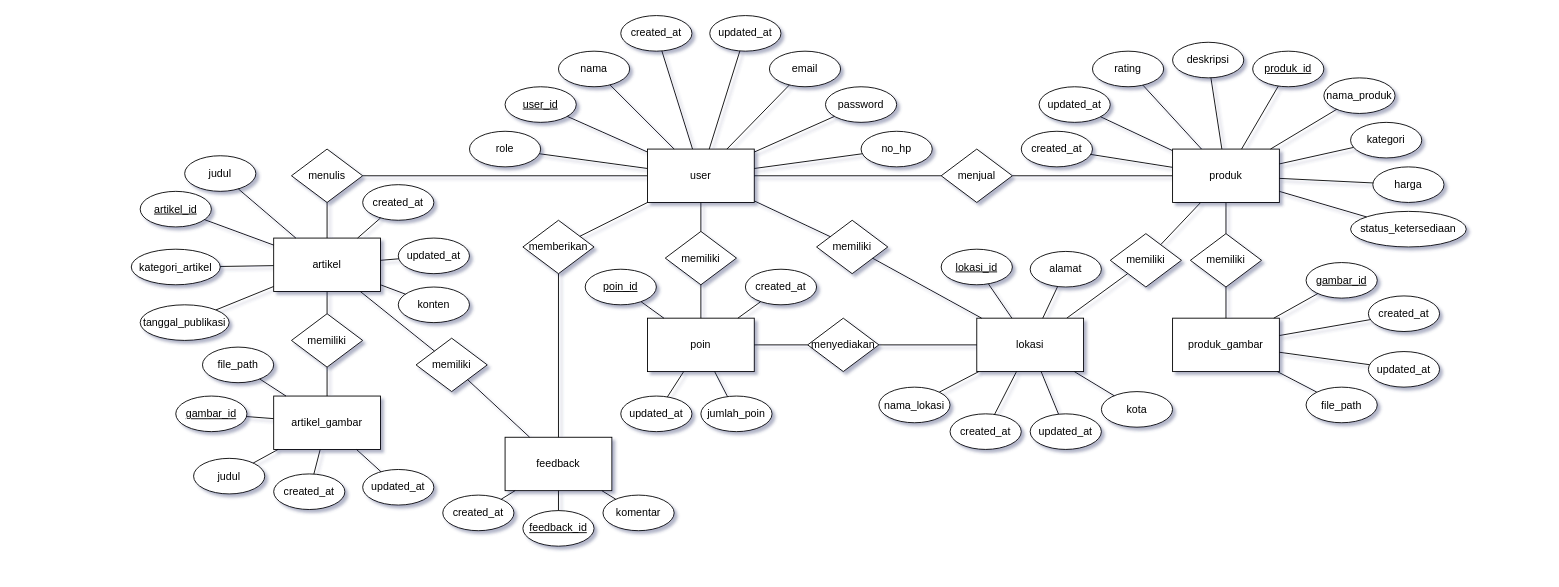
Earlier version of the draw.io diagram docs/diagram/ERD ecozense.drawio (nossilleen/PBL-211). Source tidied: cells renumbered, new cells numbered last; positions are measured from the earlier drawing's top-left corner, leaving out a move shared by most shapes. Both pictures are drawn from the tidied source at 89%, with x=0, y=0 at pixel (131, 15).
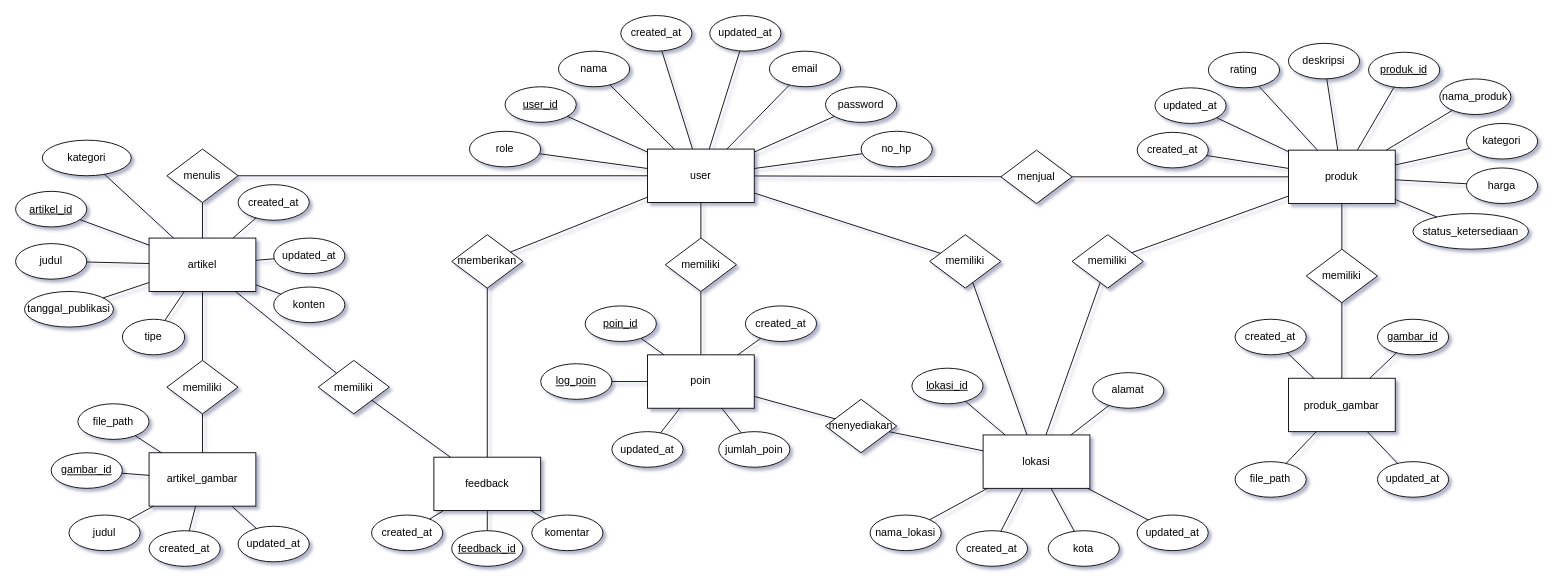
Above is the later version.

What changed in the source:
```diff
@@
     <mxCell id="16" value="lokasi" style="rounded=0;whiteSpace=wrap;html=1;" parent="1" vertex="1">
-      <mxGeometry x="950" y="340" width="120" height="60" as="geometry" />
+      <mxGeometry x="957.1" y="471.2" width="120" height="60" as="geometry" />
     </mxCell>
     <mxCell id="17" value="lokasi_id" style="ellipse;whiteSpace=wrap;html=1;fontStyle=4;" parent="1" vertex="1">
-      <mxGeometry x="910" y="262.5" width="80" height="40" as="geometry" />
+      <mxGeometry x="877.1" y="396.2" width="80" height="40" as="geometry" />
     </mxCell>
     <mxCell id="18" value="nama_lokasi" style="ellipse;whiteSpace=wrap;html=1;" parent="1" vertex="1">
-      <mxGeometry x="840" y="417.5" width="80" height="40" as="geometry" />
+      <mxGeometry x="830.1" y="561.2" width="80" height="40" as="geometry" />
     </mxCell>
     <mxCell id="19" value="alamat" style="ellipse;whiteSpace=wrap;html=1;" parent="1" vertex="1">
-      <mxGeometry x="1010" y="265" width="80" height="40" as="geometry" />
+      <mxGeometry x="1080.2" y="401.2" width="80" height="40" as="geometry" />
     </mxCell>
     <mxCell id="20" value="kota" style="ellipse;whiteSpace=wrap;html=1;" parent="1" vertex="1">
-      <mxGeometry x="1090" y="422.5" width="80" height="40" as="geometry" />
+      <mxGeometry x="1030.2" y="578.8" width="80" height="40" as="geometry" />
     </mxCell>
@@
     <mxCell id="25" value="memiliki" style="rhombus;whiteSpace=wrap;html=1;" parent="1" vertex="1">
-      <mxGeometry x="770" y="230" width="80" height="60" as="geometry" />
+      <mxGeometry x="897.1" y="246.2" width="80" height="60" as="geometry" />
     </mxCell>
@@
     <mxCell id="28" value="produk" style="rounded=0;whiteSpace=wrap;html=1;" parent="1" vertex="1">
-      <mxGeometry x="1170" y="150" width="120" height="60" as="geometry" />
+      <mxGeometry x="1300.2" y="151.2" width="120" height="60" as="geometry" />
     </mxCell>
     <mxCell id="29" value="produk_id" style="ellipse;whiteSpace=wrap;html=1;fontStyle=4;" parent="1" vertex="1">
-      <mxGeometry x="1260" y="40" width="80" height="40" as="geometry" />
+      <mxGeometry x="1390.2" y="41.2" width="80" height="40" as="geometry" />
     </mxCell>
     <mxCell id="30" value="nama_produk" style="ellipse;whiteSpace=wrap;html=1;" parent="1" vertex="1">
-      <mxGeometry x="1340" y="70" width="80" height="40" as="geometry" />
+      <mxGeometry x="1470.2" y="71.2" width="80" height="40" as="geometry" />
     </mxCell>
     <mxCell id="31" value="kategori" style="ellipse;whiteSpace=wrap;html=1;" parent="1" vertex="1">
-      <mxGeometry x="1370" y="120" width="80" height="40" as="geometry" />
+      <mxGeometry x="1500.2" y="121.2" width="80" height="40" as="geometry" />
     </mxCell>
     <mxCell id="32" value="harga" style="ellipse;whiteSpace=wrap;html=1;" parent="1" vertex="1">
-      <mxGeometry x="1395" y="170" width="80" height="40" as="geometry" />
+      <mxGeometry x="1500.2" y="171.2" width="80" height="40" as="geometry" />
     </mxCell>
     <mxCell id="33" value="status_ketersediaan" style="ellipse;whiteSpace=wrap;html=1;" parent="1" vertex="1">
-      <mxGeometry x="1370" y="220" width="130" height="40" as="geometry" />
+      <mxGeometry x="1440" y="222.5" width="130" height="40" as="geometry" />
     </mxCell>
@@
     <mxCell id="39" value="menjual" style="rhombus;whiteSpace=wrap;html=1;" parent="1" vertex="1">
-      <mxGeometry x="910" y="150" width="80" height="60" as="geometry" />
+      <mxGeometry x="977.1" y="151.2" width="80" height="60" as="geometry" />
     </mxCell>
@@
     <mxCell id="42" value="artikel" style="rounded=0;whiteSpace=wrap;html=1;" parent="1" vertex="1">
-      <mxGeometry x="160" y="250" width="120" height="60" as="geometry" />
+      <mxGeometry x="20" y="250" width="120" height="60" as="geometry" />
     </mxCell>
     <mxCell id="43" value="artikel_id" style="ellipse;whiteSpace=wrap;html=1;fontStyle=4;" parent="1" vertex="1">
-      <mxGeometry x="10" y="197.5" width="80" height="40" as="geometry" />
+      <mxGeometry x="-130" y="197.5" width="80" height="40" as="geometry" />
     </mxCell>
     <mxCell id="44" value="judul" style="ellipse;whiteSpace=wrap;html=1;" parent="1" vertex="1">
-      <mxGeometry x="60" y="157.5" width="80" height="40" as="geometry" />
+      <mxGeometry x="-130" y="256.2" width="80" height="40" as="geometry" />
     </mxCell>
     <mxCell id="45" value="konten" style="ellipse;whiteSpace=wrap;html=1;" parent="1" vertex="1">
-      <mxGeometry x="300" y="305" width="80" height="40" as="geometry" />
+      <mxGeometry x="160" y="305" width="80" height="40" as="geometry" />
     </mxCell>
     <mxCell id="46" value="tanggal_publikasi" style="ellipse;whiteSpace=wrap;html=1;" parent="1" vertex="1">
-      <mxGeometry x="10" y="325" width="100" height="40" as="geometry" />
+      <mxGeometry x="-120" y="310" width="100" height="40" as="geometry" />
     </mxCell>
-    <mxCell id="47" value="kategori_artikel" style="ellipse;whiteSpace=wrap;html=1;" parent="1" vertex="1">
-      <mxGeometry y="262.5" width="100" height="40" as="geometry" />
+    <mxCell id="47" value="tipe" style="ellipse;whiteSpace=wrap;html=1;" parent="1" vertex="1">
+      <mxGeometry x="-10" y="341.2" width="70" height="40" as="geometry" />
     </mxCell>
@@
     <mxCell id="53" value="menulis" style="rhombus;whiteSpace=wrap;html=1;" parent="1" vertex="1">
-      <mxGeometry x="180" y="150" width="80" height="60" as="geometry" />
+      <mxGeometry x="40" y="150" width="80" height="60" as="geometry" />
     </mxCell>
@@
     <mxCell id="56" value="feedback" style="rounded=0;whiteSpace=wrap;html=1;" parent="1" vertex="1">
-      <mxGeometry x="420" y="473.8" width="120" height="60" as="geometry" />
+      <mxGeometry x="340" y="496.2" width="120" height="60" as="geometry" />
     </mxCell>
     <mxCell id="57" value="feedback_id" style="ellipse;whiteSpace=wrap;html=1;fontStyle=4;" parent="1" vertex="1">
-      <mxGeometry x="440" y="556.2" width="80" height="40" as="geometry" />
+      <mxGeometry x="360" y="578.8" width="80" height="40" as="geometry" />
     </mxCell>
     <mxCell id="58" value="komentar" style="ellipse;whiteSpace=wrap;html=1;" parent="1" vertex="1">
-      <mxGeometry x="530" y="538.8" width="80" height="40" as="geometry" />
+      <mxGeometry x="450" y="561.2" width="80" height="40" as="geometry" />
     </mxCell>
     <mxCell id="59" value="created_at" style="ellipse;whiteSpace=wrap;html=1;" parent="1" vertex="1">
-      <mxGeometry x="350" y="538.8" width="80" height="40" as="geometry" />
+      <mxGeometry x="270" y="561.2" width="80" height="40" as="geometry" />
     </mxCell>
@@
     <mxCell id="63" value="memberikan" style="rhombus;whiteSpace=wrap;html=1;" parent="1" vertex="1">
-      <mxGeometry x="440" y="230" width="80" height="60" as="geometry" />
+      <mxGeometry x="360" y="246.2" width="80" height="60" as="geometry" />
     </mxCell>
@@
     <mxCell id="66" value="memiliki" style="rhombus;whiteSpace=wrap;html=1;" parent="1" vertex="1">
-      <mxGeometry x="320" y="362.5" width="80" height="60" as="geometry" />
+      <mxGeometry x="210" y="387.5" width="80" height="60" as="geometry" />
     </mxCell>
@@
     <mxCell id="69" value="poin" style="rounded=0;whiteSpace=wrap;html=1;" parent="1" vertex="1">
-      <mxGeometry x="580" y="340" width="120" height="60" as="geometry" />
+      <mxGeometry x="580" y="381.2" width="120" height="60" as="geometry" />
     </mxCell>
     <mxCell id="70" value="poin_id" style="ellipse;whiteSpace=wrap;html=1;fontStyle=4;" parent="1" vertex="1">
-      <mxGeometry x="510" y="285" width="80" height="40" as="geometry" />
+      <mxGeometry x="510" y="326.2" width="80" height="40" as="geometry" />
     </mxCell>
     <mxCell id="71" value="jumlah_poin" style="ellipse;whiteSpace=wrap;html=1;" parent="1" vertex="1">
-      <mxGeometry x="640" y="427.5" width="80" height="40" as="geometry" />
+      <mxGeometry x="660" y="467.5" width="80" height="40" as="geometry" />
     </mxCell>
@@
     <mxCell id="74" value="memiliki" style="rhombus;whiteSpace=wrap;html=1;" parent="1" vertex="1">
-      <mxGeometry x="600" y="242.5" width="80" height="60" as="geometry" />
+      <mxGeometry x="600" y="250" width="80" height="60" as="geometry" />
     </mxCell>
@@
     <mxCell id="77" value="menyediakan" style="rhombus;whiteSpace=wrap;html=1;" parent="1" vertex="1">
-      <mxGeometry x="760" y="340" width="80" height="60" as="geometry" />
+      <mxGeometry x="780" y="431.2" width="80" height="60" as="geometry" />
     </mxCell>
@@
     <mxCell id="80" value="artikel_gambar" style="rounded=0;whiteSpace=wrap;html=1;" parent="1" vertex="1">
-      <mxGeometry x="160" y="427.5" width="120" height="60" as="geometry" />
+      <mxGeometry x="20" y="491.2" width="120" height="60" as="geometry" />
     </mxCell>
     <mxCell id="81" value="gambar_id" style="ellipse;whiteSpace=wrap;html=1;fontStyle=4;" parent="1" vertex="1">
-      <mxGeometry x="50" y="427.5" width="80" height="40" as="geometry" />
+      <mxGeometry x="-90" y="491.2" width="80" height="40" as="geometry" />
     </mxCell>
     <mxCell id="82" value="file_path" style="ellipse;whiteSpace=wrap;html=1;" parent="1" vertex="1">
-      <mxGeometry x="80" y="372.5" width="80" height="40" as="geometry" />
+      <mxGeometry x="-60" y="436.2" width="80" height="40" as="geometry" />
     </mxCell>
     <mxCell id="83" value="judul" style="ellipse;whiteSpace=wrap;html=1;" parent="1" vertex="1">
-      <mxGeometry x="70" y="497.5" width="80" height="40" as="geometry" />
+      <mxGeometry x="-70" y="561.2" width="80" height="40" as="geometry" />
     </mxCell>
@@
     <mxCell id="87" value="memiliki" style="rhombus;whiteSpace=wrap;html=1;" parent="1" vertex="1">
-      <mxGeometry x="180" y="335" width="80" height="60" as="geometry" />
+      <mxGeometry x="40" y="387.5" width="80" height="60" as="geometry" />
     </mxCell>
@@
     <mxCell id="90" value="produk_gambar" style="rounded=0;whiteSpace=wrap;html=1;" parent="1" vertex="1">
-      <mxGeometry x="1170" y="340" width="120" height="60" as="geometry" />
+      <mxGeometry x="1300.2" y="407.5" width="120" height="60" as="geometry" />
     </mxCell>
     <mxCell id="91" value="gambar_id" style="ellipse;whiteSpace=wrap;html=1;fontStyle=4;" parent="1" vertex="1">
-      <mxGeometry x="1320" y="277.5" width="80" height="40" as="geometry" />
+      <mxGeometry x="1400.2" y="341.2" width="80" height="40" as="geometry" />
     </mxCell>
     <mxCell id="92" value="file_path" style="ellipse;whiteSpace=wrap;html=1;" parent="1" vertex="1">
-      <mxGeometry x="1320" y="417.5" width="80" height="40" as="geometry" />
+      <mxGeometry x="1240.2" y="501.2" width="80" height="40" as="geometry" />
     </mxCell>
@@
     <mxCell id="95" value="memiliki" style="rhombus;whiteSpace=wrap;html=1;" parent="1" vertex="1">
-      <mxGeometry x="1190" y="245" width="80" height="60" as="geometry" />
+      <mxGeometry x="1320.2" y="262.5" width="80" height="60" as="geometry" />
     </mxCell>
@@
     <mxCell id="98" value="created_at" style="ellipse;whiteSpace=wrap;html=1;" parent="1" vertex="1">
-      <mxGeometry x="260" y="190" width="80" height="40" as="geometry" />
+      <mxGeometry x="120" y="190" width="80" height="40" as="geometry" />
     </mxCell>
@@
     <mxCell id="100" value="updated_at" style="ellipse;whiteSpace=wrap;html=1;" parent="1" vertex="1">
-      <mxGeometry x="300" y="250" width="80" height="40" as="geometry" />
+      <mxGeometry x="160" y="250" width="80" height="40" as="geometry" />
     </mxCell>
@@
     <mxCell id="102" value="created_at" style="ellipse;whiteSpace=wrap;html=1;" parent="1" vertex="1">
-      <mxGeometry x="160" y="515" width="80" height="40" as="geometry" />
+      <mxGeometry x="20" y="578.8" width="80" height="40" as="geometry" />
     </mxCell>
@@
     <mxCell id="104" value="updated_at" style="ellipse;whiteSpace=wrap;html=1;" parent="1" vertex="1">
-      <mxGeometry x="260" y="510" width="80" height="40" as="geometry" />
+      <mxGeometry x="120" y="573.8" width="80" height="40" as="geometry" />
     </mxCell>
@@
     <mxCell id="106" value="created_at" style="ellipse;whiteSpace=wrap;html=1;" parent="1" vertex="1">
-      <mxGeometry x="920" y="447.5" width="80" height="40" as="geometry" />
+      <mxGeometry x="927.1" y="578.8" width="80" height="40" as="geometry" />
     </mxCell>
@@
     <mxCell id="108" value="updated_at" style="ellipse;whiteSpace=wrap;html=1;" parent="1" vertex="1">
-      <mxGeometry x="1010" y="447.5" width="80" height="40" as="geometry" />
+      <mxGeometry x="1130.1" y="561.2" width="80" height="40" as="geometry" />
     </mxCell>
@@
     <mxCell id="114" value="created_at" style="ellipse;whiteSpace=wrap;html=1;" parent="1" vertex="1">
-      <mxGeometry x="1000" y="130" width="80" height="40" as="geometry" />
+      <mxGeometry x="1130.2" y="131.2" width="80" height="40" as="geometry" />
     </mxCell>
@@
     <mxCell id="116" value="updated_at" style="ellipse;whiteSpace=wrap;html=1;" parent="1" vertex="1">
-      <mxGeometry x="1020" y="80" width="80" height="40" as="geometry" />
+      <mxGeometry x="1150.2" y="81.2" width="80" height="40" as="geometry" />
     </mxCell>
@@
     <mxCell id="118" value="rating" style="ellipse;whiteSpace=wrap;html=1;" parent="1" vertex="1">
-      <mxGeometry x="1080" y="40" width="80" height="40" as="geometry" />
+      <mxGeometry x="1210.2" y="41.2" width="80" height="40" as="geometry" />
     </mxCell>
@@
     <mxCell id="120" value="deskripsi" style="ellipse;whiteSpace=wrap;html=1;" parent="1" vertex="1">
-      <mxGeometry x="1170" y="30" width="80" height="40" as="geometry" />
+      <mxGeometry x="1300.2" y="31.2" width="80" height="40" as="geometry" />
     </mxCell>
@@
     <mxCell id="122" value="created_at" style="ellipse;whiteSpace=wrap;html=1;" parent="1" vertex="1">
-      <mxGeometry x="1390" y="315" width="80" height="40" as="geometry" />
+      <mxGeometry x="1240.2" y="341.2" width="80" height="40" as="geometry" />
     </mxCell>
@@
     <mxCell id="124" value="updated_at" style="ellipse;whiteSpace=wrap;html=1;" parent="1" vertex="1">
-      <mxGeometry x="1390" y="377.5" width="80" height="40" as="geometry" />
+      <mxGeometry x="1400.2" y="501.2" width="80" height="40" as="geometry" />
     </mxCell>
@@
     <mxCell id="126" value="created_at" style="ellipse;whiteSpace=wrap;html=1;" parent="1" vertex="1">
-      <mxGeometry x="690" y="285" width="80" height="40" as="geometry" />
+      <mxGeometry x="690" y="326.2" width="80" height="40" as="geometry" />
     </mxCell>
@@
     <mxCell id="128" value="updated_at" style="ellipse;whiteSpace=wrap;html=1;" parent="1" vertex="1">
-      <mxGeometry x="550" y="427.5" width="80" height="40" as="geometry" />
+      <mxGeometry x="540" y="467.5" width="80" height="40" as="geometry" />
     </mxCell>
@@
     <mxCell id="131" value="memiliki" style="rhombus;whiteSpace=wrap;html=1;" parent="1" vertex="1">
-      <mxGeometry x="1100" y="245" width="80" height="60" as="geometry" />
+      <mxGeometry x="1057.1" y="246.2" width="80" height="60" as="geometry" />
     </mxCell>
+    <mxCell id="132" value="log_poin" style="ellipse;whiteSpace=wrap;html=1;fontStyle=4;" parent="1" vertex="1">
+      <mxGeometry x="460" y="391.2" width="80" height="40" as="geometry" />
+    </mxCell>
+    <mxCell id="133" style="endArrow=none;html=1;" parent="1" edge="1" source="69" target="132">
+      <mxGeometry relative="1" as="geometry" />
+    </mxCell>
+    <mxCell id="134" value="kategori" style="ellipse;whiteSpace=wrap;html=1;" parent="1" vertex="1">
+      <mxGeometry x="-100" y="140" width="100" height="40" as="geometry" />
+    </mxCell>
+    <mxCell id="135" style="endArrow=none;html=1;" parent="1" edge="1" source="42" target="134">
+      <mxGeometry relative="1" as="geometry" />
+    </mxCell>
```
